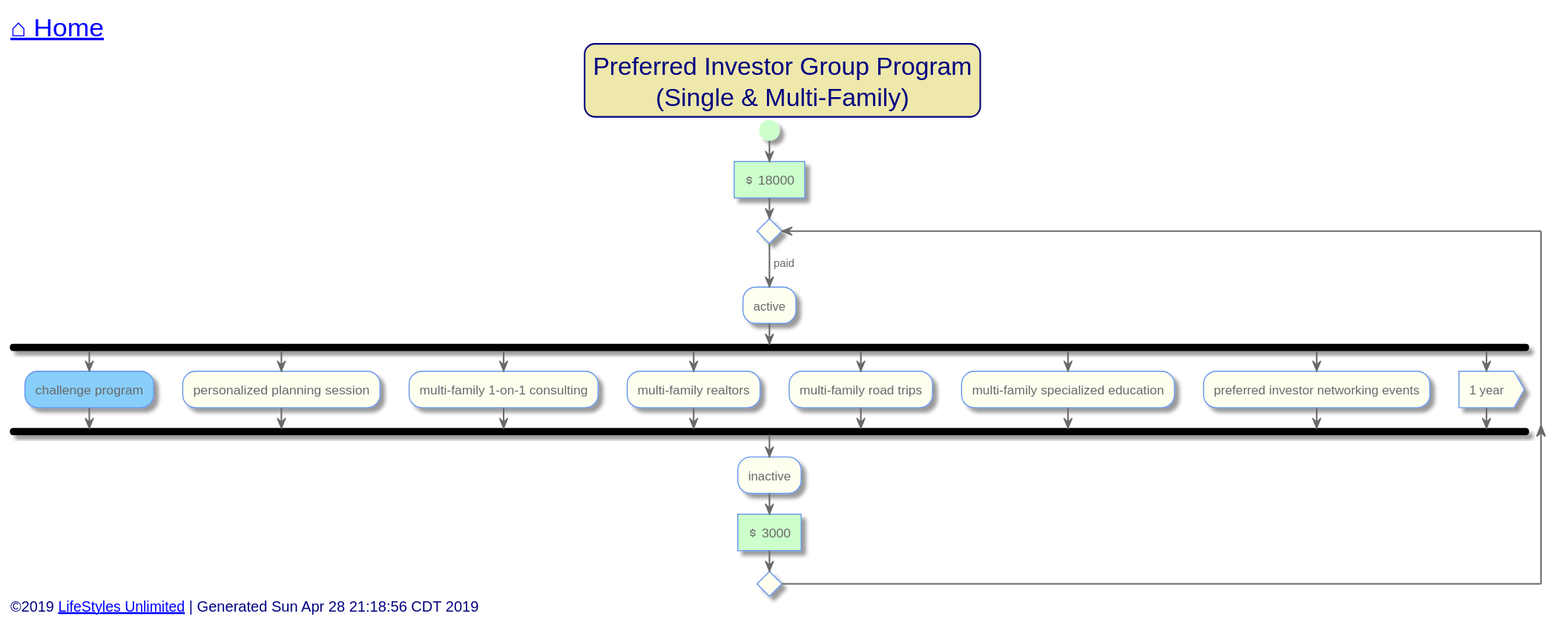
This is out/src/multi-family/preferred-investor-group-program.svg from toddmo/lifestylesunlimited, a PlantUML export, as it was before one commit.
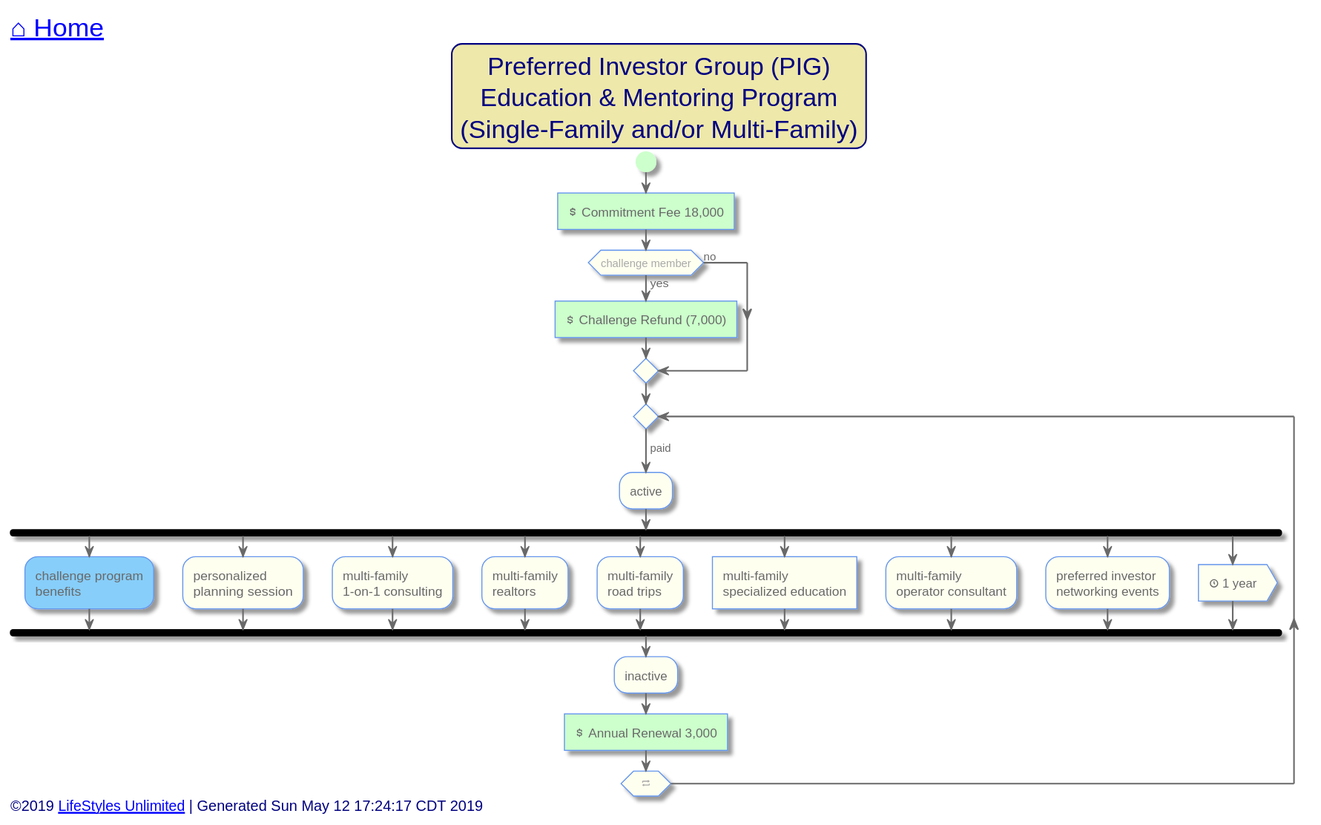
After the commit.

Change to the diagram source:
```diff
@@ -79,40 +79,46 @@
 endheader
 
 
-	Title Preferred Investor Group Program\n(Single & Multi-Family)
+	Title Preferred Investor Group (PIG)\nEducation & Mentoring Program\n(Single-Family and/or  Multi-Family)
 
 	start
 
-	#PHYSICAL:<&dollar> 18000]
+	#PHYSICAL:<&dollar> Commitment Fee 18,000]
+	if(challenge member) then (yes)
+		#PHYSICAL:<&dollar> Challenge Refund (7,000)]
+	else (no)
+	endif
 
 	repeat
 		->paid;
 		:active;
 		fork
-			[[../single-family/challenge-program.svg?sanitize=true]]#LightSkyBlue:challenge program;
+			[[../single-family/challenge-program.svg?sanitize=true]]#LightSkyBlue:challenge program\nbenefits;
 		fork again
-			:personalized planning session;
+			:personalized\nplanning session;
 		fork again
-			:multi-family 1-on-1 consulting;
+			:multi-family\n1-on-1 consulting;
 		fork again
-			:multi-family realtors;
+			:multi-family\nrealtors;
 		fork again
-			:multi-family road trips;
+			:multi-family\nroad trips;
 		fork again
-			:multi-family specialized education;
+			:multi-family\nspecialized education]
 		fork again
-			:preferred investor networking events;
+			:multi-family\noperator consultant;
 		fork again
-		:1 year>
+			:preferred investor\nnetworking events;
+		fork again
+		:<&clock> 1 year>
 		end fork
 		:inactive;
 
-		#PHYSICAL:<&dollar> 3000]
-	repeat while ()
+		#PHYSICAL:<&dollar> Annual Renewal 3,000]
+	repeat while (<&loop>)
 
 
 left footer
-	<font size=14>©2019 [[http://www.lifestylesunlimited.com LifeStyles Unlimited]] | Generated Sun Apr 28 21:18:56 CDT 2019</font>
+	<font size=14>©2019 [[http://www.lifestylesunlimited.com LifeStyles Unlimited]] | Generated Sun May 12 17:24:17 CDT 2019</font>
 endfooter
 
 
```
